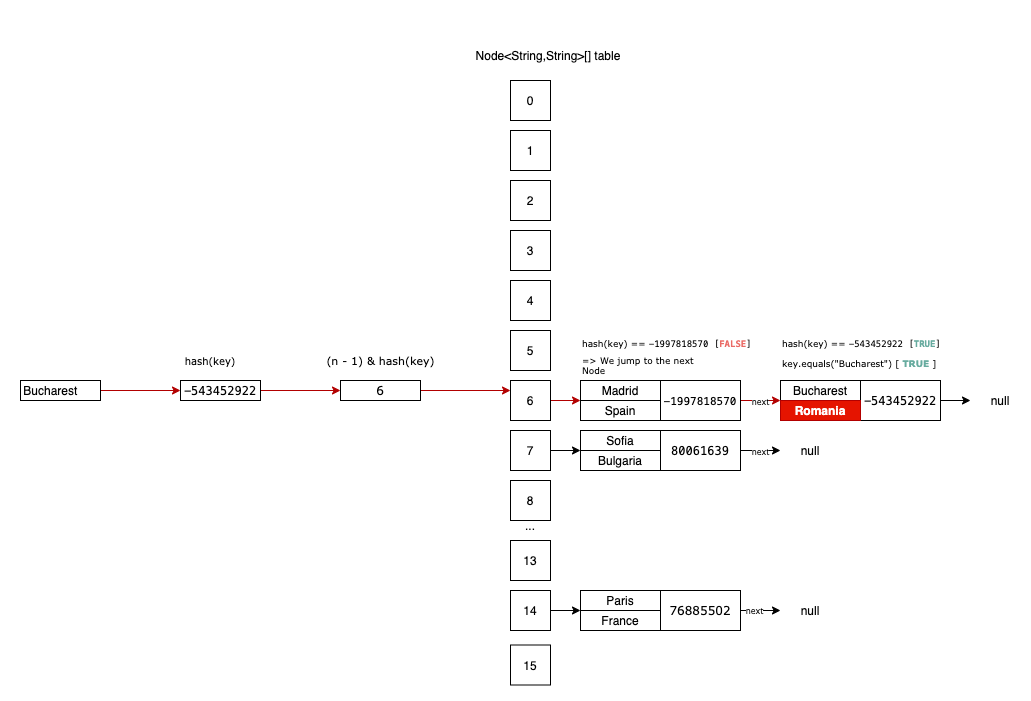
The draw.io diagram assets/images/2021-11-08-a-tale-of-java-hash-tables/read-hashmap.drawio.png in nomemory/andreinc-site, before a commit. Source tidied: cells renumbered, new cells last; positions are measured from the earlier drawing's top-left corner, leaving out a move shared by most shapes.
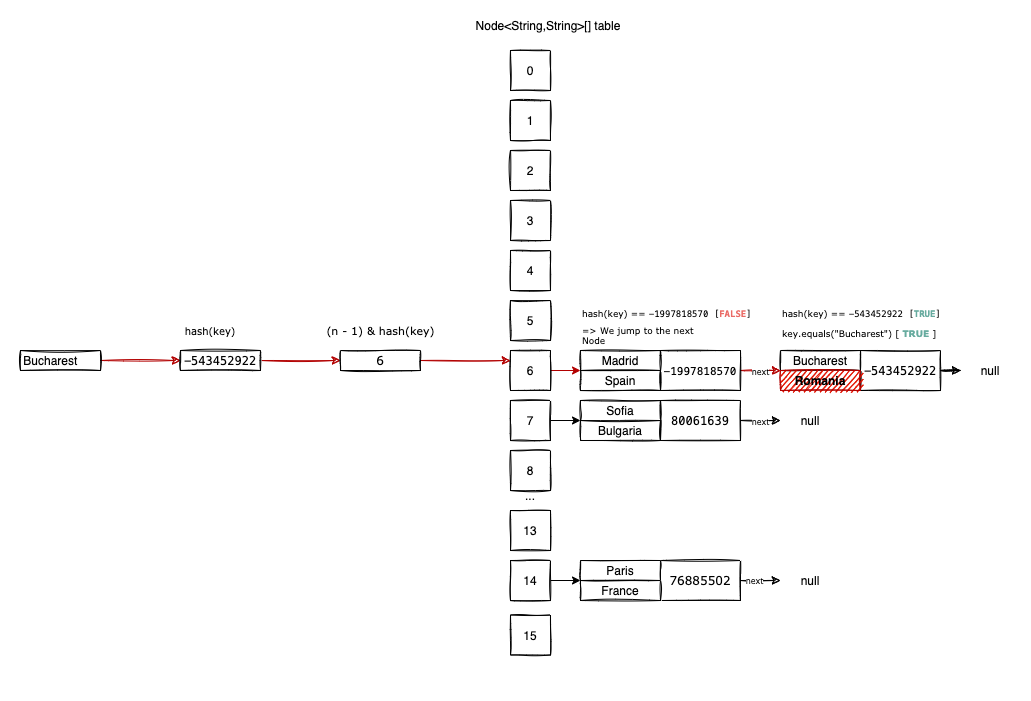
The same file after the commit.

Diff of the diagram source:
```diff
@@ -2,40 +2,40 @@
   <root>
     <mxCell id="0" />
     <mxCell id="1" parent="0" />
-    <mxCell id="2" style="rounded=0;whiteSpace=wrap;html=1;labelBackgroundColor=#FFFFFF;fontFamily=Verdana;fontSize=10;fontColor=#000000;align=left;strokeColor=none;" parent="1" vertex="1">
-      <mxGeometry width="1030" height="700" as="geometry" />
+    <mxCell id="2" style="rounded=0;whiteSpace=wrap;html=1;labelBackgroundColor=#FFFFFF;fontFamily=Verdana;fontSize=10;fontColor=#000000;align=left;strokeColor=none;fillColor=none;" parent="1" vertex="1">
+      <mxGeometry y="30" width="1030" height="700" as="geometry" />
     </mxCell>
-    <mxCell id="3" value="0" style="rounded=0;whiteSpace=wrap;html=1;" parent="1" vertex="1">
+    <mxCell id="3" value="0" style="rounded=0;whiteSpace=wrap;html=1;sketch=1;" parent="1" vertex="1">
       <mxGeometry x="510" y="80" width="40" height="40" as="geometry" />
     </mxCell>
-    <mxCell id="4" value="1" style="rounded=0;whiteSpace=wrap;html=1;" parent="1" vertex="1">
+    <mxCell id="4" value="1" style="rounded=0;whiteSpace=wrap;html=1;sketch=1;" parent="1" vertex="1">
       <mxGeometry x="510" y="130" width="40" height="40" as="geometry" />
     </mxCell>
-    <mxCell id="5" value="2" style="rounded=0;whiteSpace=wrap;html=1;" parent="1" vertex="1">
+    <mxCell id="5" value="2" style="rounded=0;whiteSpace=wrap;html=1;sketch=1;" parent="1" vertex="1">
       <mxGeometry x="510" y="180" width="40" height="40" as="geometry" />
     </mxCell>
-    <mxCell id="6" value="3" style="rounded=0;whiteSpace=wrap;html=1;" parent="1" vertex="1">
+    <mxCell id="6" value="3" style="rounded=0;whiteSpace=wrap;html=1;sketch=1;" parent="1" vertex="1">
       <mxGeometry x="510" y="230" width="40" height="40" as="geometry" />
     </mxCell>
-    <mxCell id="7" value="4" style="rounded=0;whiteSpace=wrap;html=1;" parent="1" vertex="1">
+    <mxCell id="7" value="4" style="rounded=0;whiteSpace=wrap;html=1;sketch=1;" parent="1" vertex="1">
       <mxGeometry x="510" y="280" width="40" height="40" as="geometry" />
     </mxCell>
-    <mxCell id="8" value="5" style="rounded=0;whiteSpace=wrap;html=1;" parent="1" vertex="1">
+    <mxCell id="8" value="5" style="rounded=0;whiteSpace=wrap;html=1;sketch=1;" parent="1" vertex="1">
       <mxGeometry x="510" y="330" width="40" height="40" as="geometry" />
     </mxCell>
-    <mxCell id="9" value="13" style="rounded=0;whiteSpace=wrap;html=1;" parent="1" vertex="1">
+    <mxCell id="9" value="13" style="rounded=0;whiteSpace=wrap;html=1;sketch=1;" parent="1" vertex="1">
       <mxGeometry x="510" y="540" width="40" height="40" as="geometry" />
     </mxCell>
     <mxCell id="10" style="edgeStyle=orthogonalEdgeStyle;rounded=0;jettySize=auto;html=1;exitX=1;exitY=0.5;exitDx=0;exitDy=0;entryX=0;entryY=0;entryDx=0;entryDy=0;fontFamily=Verdana;fontSize=10;fontColor=#000000;" parent="1" edge="1" source="11" target="24">
       <mxGeometry relative="1" as="geometry" />
     </mxCell>
-    <mxCell id="11" value="14" style="rounded=0;whiteSpace=wrap;html=1;" parent="1" vertex="1">
+    <mxCell id="11" value="14" style="rounded=0;whiteSpace=wrap;html=1;sketch=1;" parent="1" vertex="1">
       <mxGeometry x="510" y="590" width="40" height="40" as="geometry" />
     </mxCell>
-    <mxCell id="12" value="15" style="rounded=0;whiteSpace=wrap;html=1;" parent="1" vertex="1">
+    <mxCell id="12" value="15" style="rounded=0;whiteSpace=wrap;html=1;sketch=1;" parent="1" vertex="1">
       <mxGeometry x="510" y="644.5" width="40" height="40" as="geometry" />
     </mxCell>
-    <mxCell id="13" value="..." style="text;html=1;strokeColor=none;fillColor=none;align=center;verticalAlign=middle;whiteSpace=wrap;rounded=0;" parent="1" vertex="1">
+    <mxCell id="13" value="..." style="text;html=1;strokeColor=none;fillColor=none;align=center;verticalAlign=middle;whiteSpace=wrap;rounded=0;sketch=1;" parent="1" vertex="1">
       <mxGeometry x="500" y="510" width="60" height="30" as="geometry" />
     </mxCell>
     <mxCell id="14" value="Node&amp;lt;String,String&amp;gt;[] table" style="text;html=1;strokeColor=none;fillColor=none;align=center;verticalAlign=middle;whiteSpace=wrap;rounded=0;" parent="1" vertex="1">
@@ -44,93 +44,93 @@
     <mxCell id="15" style="edgeStyle=orthogonalEdgeStyle;rounded=0;jettySize=auto;html=1;exitX=1;exitY=0.5;exitDx=0;exitDy=0;entryX=0;entryY=0;entryDx=0;entryDy=0;fontFamily=Verdana;fontSize=11;fontColor=#000000;fillColor=#e51400;strokeColor=#B20000;" parent="1" edge="1" source="16" target="33">
       <mxGeometry relative="1" as="geometry" />
     </mxCell>
-    <mxCell id="16" value="6" style="rounded=0;whiteSpace=wrap;html=1;" parent="1" vertex="1">
+    <mxCell id="16" value="6" style="rounded=0;whiteSpace=wrap;html=1;sketch=1;" parent="1" vertex="1">
       <mxGeometry x="510" y="380" width="40" height="40" as="geometry" />
     </mxCell>
     <mxCell id="17" style="edgeStyle=orthogonalEdgeStyle;rounded=0;jettySize=auto;html=1;exitX=1;exitY=0.5;exitDx=0;exitDy=0;entryX=0;entryY=0;entryDx=0;entryDy=0;fontFamily=Verdana;fontSize=10;fontColor=#000000;" parent="1" edge="1" source="18" target="29">
       <mxGeometry relative="1" as="geometry" />
     </mxCell>
-    <mxCell id="18" value="7" style="rounded=0;whiteSpace=wrap;html=1;" parent="1" vertex="1">
+    <mxCell id="18" value="7" style="rounded=0;whiteSpace=wrap;html=1;sketch=1;" parent="1" vertex="1">
       <mxGeometry x="510" y="430" width="40" height="40" as="geometry" />
     </mxCell>
-    <mxCell id="19" value="8" style="rounded=0;whiteSpace=wrap;html=1;" parent="1" vertex="1">
+    <mxCell id="19" value="8" style="rounded=0;whiteSpace=wrap;html=1;sketch=1;" parent="1" vertex="1">
       <mxGeometry x="510" y="480" width="40" height="40" as="geometry" />
     </mxCell>
-    <mxCell id="20" style="edgeStyle=orthogonalEdgeStyle;rounded=0;jettySize=auto;html=1;exitX=1;exitY=0.5;exitDx=0;exitDy=0;fontFamily=Verdana;fontSize=10;fontColor=#000000;" parent="1" edge="1" source="22" target="45">
+    <mxCell id="20" style="edgeStyle=orthogonalEdgeStyle;rounded=0;jettySize=auto;html=1;exitX=1;exitY=0.5;exitDx=0;exitDy=0;fontFamily=Verdana;fontSize=10;fontColor=#000000;sketch=1;" parent="1" edge="1" source="22" target="45">
       <mxGeometry relative="1" as="geometry" />
     </mxCell>
     <mxCell id="21" value="next" style="edgeLabel;html=1;align=center;verticalAlign=middle;fontSize=8;fontFamily=Verdana;fontColor=#000000;" parent="20" vertex="1">
       <mxGeometry x="-0.35" relative="1" as="geometry" />
     </mxCell>
-    <mxCell id="22" value="&lt;span style=&quot;font-family: &amp;#34;verdana&amp;#34; ; background-color: rgb(255 , 255 , 255)&quot;&gt;76885502&lt;/span&gt;" style="rounded=0;whiteSpace=wrap;html=1;" parent="1" vertex="1">
+    <mxCell id="22" value="&lt;span style=&quot;font-family: &amp;#34;verdana&amp;#34; ; background-color: rgb(255 , 255 , 255)&quot;&gt;76885502&lt;/span&gt;" style="rounded=0;whiteSpace=wrap;html=1;sketch=1;" parent="1" vertex="1">
       <mxGeometry x="660" y="590" width="80" height="40" as="geometry" />
     </mxCell>
-    <mxCell id="23" value="Paris" style="rounded=0;whiteSpace=wrap;html=1;" parent="1" vertex="1">
+    <mxCell id="23" value="Paris" style="rounded=0;whiteSpace=wrap;html=1;sketch=1;" parent="1" vertex="1">
       <mxGeometry x="580" y="590" width="80" height="20" as="geometry" />
     </mxCell>
-    <mxCell id="24" value="France" style="rounded=0;whiteSpace=wrap;html=1;" parent="1" vertex="1">
+    <mxCell id="24" value="France" style="rounded=0;whiteSpace=wrap;html=1;sketch=1;" parent="1" vertex="1">
       <mxGeometry x="580" y="610" width="80" height="20" as="geometry" />
     </mxCell>
-    <mxCell id="25" value="&lt;font style=&quot;font-size: 8px&quot;&gt;next&lt;/font&gt;" style="edgeStyle=orthogonalEdgeStyle;rounded=0;jettySize=auto;html=1;exitX=1;exitY=0.5;exitDx=0;exitDy=0;fontFamily=Verdana;fontColor=#000000;" parent="1" edge="1" source="26" target="27">
+    <mxCell id="25" value="&lt;font style=&quot;font-size: 8px&quot;&gt;next&lt;/font&gt;" style="edgeStyle=orthogonalEdgeStyle;rounded=0;jettySize=auto;html=1;exitX=1;exitY=0.5;exitDx=0;exitDy=0;fontFamily=Verdana;fontColor=#000000;sketch=1;" parent="1" edge="1" source="26" target="27">
       <mxGeometry relative="1" as="geometry" />
     </mxCell>
-    <mxCell id="26" value="&lt;span style=&quot;font-family: &amp;#34;menlo&amp;#34; , &amp;#34;monaco&amp;#34; , &amp;#34;courier new&amp;#34; , monospace ; background-color: rgb(255 , 255 , 255)&quot;&gt;80061639&lt;/span&gt;" style="rounded=0;whiteSpace=wrap;html=1;" parent="1" vertex="1">
+    <mxCell id="26" value="&lt;span style=&quot;font-family: &amp;#34;menlo&amp;#34; , &amp;#34;monaco&amp;#34; , &amp;#34;courier new&amp;#34; , monospace ; background-color: rgb(255 , 255 , 255)&quot;&gt;80061639&lt;/span&gt;" style="rounded=0;whiteSpace=wrap;html=1;sketch=1;" parent="1" vertex="1">
       <mxGeometry x="660" y="430" width="80" height="40" as="geometry" />
     </mxCell>
     <mxCell id="27" value="null" style="text;html=1;strokeColor=none;fillColor=none;align=center;verticalAlign=middle;whiteSpace=wrap;rounded=0;" parent="1" vertex="1">
       <mxGeometry x="780" y="435" width="60" height="30" as="geometry" />
     </mxCell>
-    <mxCell id="28" value="Sofia" style="rounded=0;whiteSpace=wrap;html=1;" parent="1" vertex="1">
+    <mxCell id="28" value="Sofia" style="rounded=0;whiteSpace=wrap;html=1;sketch=1;" parent="1" vertex="1">
       <mxGeometry x="580" y="430" width="80" height="20" as="geometry" />
     </mxCell>
-    <mxCell id="29" value="Bulgaria" style="rounded=0;whiteSpace=wrap;html=1;" parent="1" vertex="1">
+    <mxCell id="29" value="Bulgaria" style="rounded=0;whiteSpace=wrap;html=1;sketch=1;" parent="1" vertex="1">
       <mxGeometry x="580" y="450" width="80" height="20" as="geometry" />
     </mxCell>
-    <mxCell id="30" value="&lt;font style=&quot;font-size: 8px&quot;&gt;next&lt;/font&gt;" style="edgeStyle=orthogonalEdgeStyle;rounded=0;jettySize=auto;html=1;exitX=1;exitY=0.5;exitDx=0;exitDy=0;fontFamily=Verdana;fontSize=11;fontColor=#000000;fillColor=#e51400;strokeColor=#B20000;" parent="1" edge="1" source="31">
+    <mxCell id="30" value="&lt;font style=&quot;font-size: 8px&quot;&gt;next&lt;/font&gt;" style="edgeStyle=orthogonalEdgeStyle;rounded=0;jettySize=auto;html=1;exitX=1;exitY=0.5;exitDx=0;exitDy=0;fontFamily=Verdana;fontSize=11;fontColor=#000000;fillColor=#e51400;strokeColor=#B20000;sketch=1;" parent="1" edge="1" source="31">
       <mxGeometry relative="1" as="geometry">
         <mxPoint x="780" y="400" as="targetPoint" />
       </mxGeometry>
     </mxCell>
-    <mxCell id="31" value="&lt;span style=&quot;font-family: &amp;#34;menlo&amp;#34; , &amp;#34;monaco&amp;#34; , &amp;#34;courier new&amp;#34; , monospace ; font-size: 11px ; background-color: rgb(255 , 255 , 255)&quot;&gt;-1997818570&lt;/span&gt;" style="rounded=0;whiteSpace=wrap;html=1;fillColor=none;" parent="1" vertex="1">
+    <mxCell id="31" value="&lt;span style=&quot;font-family: &amp;#34;menlo&amp;#34; , &amp;#34;monaco&amp;#34; , &amp;#34;courier new&amp;#34; , monospace ; font-size: 11px ; background-color: rgb(255 , 255 , 255)&quot;&gt;-1997818570&lt;/span&gt;" style="rounded=0;whiteSpace=wrap;html=1;fillColor=none;sketch=1;" parent="1" vertex="1">
       <mxGeometry x="660" y="380" width="80" height="40" as="geometry" />
     </mxCell>
-    <mxCell id="32" value="Madrid" style="rounded=0;whiteSpace=wrap;html=1;" parent="1" vertex="1">
+    <mxCell id="32" value="Madrid" style="rounded=0;whiteSpace=wrap;html=1;sketch=1;" parent="1" vertex="1">
       <mxGeometry x="580" y="380" width="80" height="20" as="geometry" />
     </mxCell>
-    <mxCell id="33" value="Spain" style="rounded=0;whiteSpace=wrap;html=1;" parent="1" vertex="1">
+    <mxCell id="33" value="Spain" style="rounded=0;whiteSpace=wrap;html=1;sketch=1;" parent="1" vertex="1">
       <mxGeometry x="580" y="400" width="80" height="20" as="geometry" />
     </mxCell>
-    <mxCell id="34" style="edgeStyle=orthogonalEdgeStyle;rounded=0;jettySize=auto;html=1;exitX=1;exitY=0.5;exitDx=0;exitDy=0;fontFamily=Verdana;fontSize=10;fontColor=#000000;" parent="1" edge="1" source="35" target="38">
+    <mxCell id="34" style="edgeStyle=orthogonalEdgeStyle;rounded=0;jettySize=auto;html=1;exitX=1;exitY=0.5;exitDx=0;exitDy=0;fontFamily=Verdana;fontSize=10;fontColor=#000000;sketch=1;" parent="1" edge="1" source="35" target="38">
       <mxGeometry relative="1" as="geometry" />
     </mxCell>
-    <mxCell id="35" value="&lt;div style=&quot;font-family: &amp;#34;menlo&amp;#34; , &amp;#34;monaco&amp;#34; , &amp;#34;courier new&amp;#34; , monospace ; line-height: 18px&quot;&gt;&lt;span style=&quot;background-color: rgb(255 , 255 , 255)&quot;&gt;-543452922&lt;/span&gt;&lt;/div&gt;" style="rounded=0;whiteSpace=wrap;html=1;" parent="1" vertex="1">
+    <mxCell id="35" value="&lt;div style=&quot;font-family: &amp;#34;menlo&amp;#34; , &amp;#34;monaco&amp;#34; , &amp;#34;courier new&amp;#34; , monospace ; line-height: 18px&quot;&gt;&lt;span style=&quot;background-color: rgb(255 , 255 , 255)&quot;&gt;-543452922&lt;/span&gt;&lt;/div&gt;" style="rounded=0;whiteSpace=wrap;html=1;sketch=1;" parent="1" vertex="1">
       <mxGeometry x="860" y="380" width="80" height="40" as="geometry" />
     </mxCell>
-    <mxCell id="36" value="Bucharest" style="rounded=0;whiteSpace=wrap;html=1;" parent="1" vertex="1">
+    <mxCell id="36" value="Bucharest" style="rounded=0;whiteSpace=wrap;html=1;sketch=1;" parent="1" vertex="1">
       <mxGeometry x="780" y="380" width="80" height="20" as="geometry" />
     </mxCell>
-    <mxCell id="37" value="Romania" style="rounded=0;whiteSpace=wrap;html=1;fillColor=#e51400;fontColor=#ffffff;strokeColor=#B20000;fontStyle=1;" parent="1" vertex="1">
+    <mxCell id="37" value="&lt;font color=&quot;#000000&quot;&gt;Romania&lt;/font&gt;" style="rounded=0;whiteSpace=wrap;html=1;fillColor=#e51400;fontColor=#ffffff;strokeColor=#B20000;fontStyle=1;sketch=1;" parent="1" vertex="1">
       <mxGeometry x="780" y="400" width="80" height="20" as="geometry" />
     </mxCell>
     <mxCell id="38" value="null" style="text;html=1;strokeColor=none;fillColor=none;align=center;verticalAlign=middle;whiteSpace=wrap;rounded=0;" parent="1" vertex="1">
-      <mxGeometry x="970" y="385" width="60" height="30" as="geometry" />
+      <mxGeometry x="960" y="385" width="60" height="30" as="geometry" />
     </mxCell>
-    <mxCell id="39" style="edgeStyle=orthogonalEdgeStyle;rounded=0;jettySize=auto;html=1;exitX=1;exitY=0.5;exitDx=0;exitDy=0;fontFamily=Verdana;fontColor=#000000;fillColor=#e51400;strokeColor=#B20000;" parent="1" edge="1" source="40" target="42">
+    <mxCell id="39" style="edgeStyle=orthogonalEdgeStyle;rounded=0;jettySize=auto;html=1;exitX=1;exitY=0.5;exitDx=0;exitDy=0;fontFamily=Verdana;fontColor=#000000;fillColor=#e51400;strokeColor=#B20000;sketch=1;" parent="1" edge="1" source="40" target="42">
       <mxGeometry relative="1" as="geometry" />
     </mxCell>
-    <mxCell id="40" value="&amp;nbsp;Bucharest&lt;span style=&quot;white-space: pre&quot;&gt;&#9;&lt;/span&gt;" style="rounded=0;whiteSpace=wrap;html=1;fillColor=none;" parent="1" vertex="1">
+    <mxCell id="40" value="&amp;nbsp;Bucharest&lt;span style=&quot;white-space: pre&quot;&gt;&#9;&lt;/span&gt;" style="rounded=0;whiteSpace=wrap;html=1;fillColor=none;sketch=1;" parent="1" vertex="1">
       <mxGeometry x="20" y="380" width="80" height="20" as="geometry" />
     </mxCell>
-    <mxCell id="41" style="edgeStyle=orthogonalEdgeStyle;rounded=0;jettySize=auto;html=1;exitX=1;exitY=0.5;exitDx=0;exitDy=0;entryX=0;entryY=0.5;entryDx=0;entryDy=0;fontFamily=Verdana;fontColor=#000000;fillColor=#e51400;strokeColor=#B20000;" parent="1" edge="1" source="42" target="44">
+    <mxCell id="41" style="edgeStyle=orthogonalEdgeStyle;rounded=0;jettySize=auto;html=1;exitX=1;exitY=0.5;exitDx=0;exitDy=0;entryX=0;entryY=0.5;entryDx=0;entryDy=0;fontFamily=Verdana;fontColor=#000000;fillColor=#e51400;strokeColor=#B20000;sketch=1;" parent="1" edge="1" source="42" target="44">
       <mxGeometry relative="1" as="geometry" />
     </mxCell>
-    <mxCell id="42" value="&lt;div style=&quot;line-height: 18px&quot;&gt;&lt;div style=&quot;font-family: &amp;#34;menlo&amp;#34; , &amp;#34;monaco&amp;#34; , &amp;#34;courier new&amp;#34; , monospace ; line-height: 18px&quot;&gt;&lt;span style=&quot;background-color: rgb(255 , 255 , 255)&quot;&gt;-543452922&lt;/span&gt;&lt;br&gt;&lt;/div&gt;&lt;/div&gt;" style="rounded=0;whiteSpace=wrap;html=1;" parent="1" vertex="1">
+    <mxCell id="42" value="&lt;div style=&quot;line-height: 18px&quot;&gt;&lt;div style=&quot;font-family: &amp;#34;menlo&amp;#34; , &amp;#34;monaco&amp;#34; , &amp;#34;courier new&amp;#34; , monospace ; line-height: 18px&quot;&gt;&lt;span style=&quot;background-color: rgb(255 , 255 , 255)&quot;&gt;-543452922&lt;/span&gt;&lt;br&gt;&lt;/div&gt;&lt;/div&gt;" style="rounded=0;whiteSpace=wrap;html=1;sketch=1;" parent="1" vertex="1">
       <mxGeometry x="180" y="380" width="80" height="20" as="geometry" />
     </mxCell>
-    <mxCell id="43" style="edgeStyle=orthogonalEdgeStyle;rounded=0;jettySize=auto;html=1;exitX=1;exitY=0.5;exitDx=0;exitDy=0;entryX=0;entryY=0.25;entryDx=0;entryDy=0;fontFamily=Verdana;fontSize=10;fontColor=#000000;fillColor=#e51400;strokeColor=#B20000;" parent="1" edge="1" source="44" target="16">
+    <mxCell id="43" style="edgeStyle=orthogonalEdgeStyle;rounded=0;jettySize=auto;html=1;exitX=1;exitY=0.5;exitDx=0;exitDy=0;entryX=0;entryY=0.25;entryDx=0;entryDy=0;fontFamily=Verdana;fontSize=10;fontColor=#000000;fillColor=#e51400;strokeColor=#B20000;sketch=1;" parent="1" edge="1" source="44" target="16">
       <mxGeometry relative="1" as="geometry" />
     </mxCell>
-    <mxCell id="44" value="&lt;div style=&quot;line-height: 18px&quot;&gt;&lt;font face=&quot;Verdana&quot; style=&quot;background-color: rgb(255 , 255 , 255)&quot;&gt;6&lt;/font&gt;&lt;/div&gt;" style="rounded=0;whiteSpace=wrap;html=1;" parent="1" vertex="1">
+    <mxCell id="44" value="&lt;div style=&quot;line-height: 18px&quot;&gt;&lt;font face=&quot;Verdana&quot; style=&quot;background-color: rgb(255 , 255 , 255)&quot;&gt;6&lt;/font&gt;&lt;/div&gt;" style="rounded=0;whiteSpace=wrap;html=1;sketch=1;" parent="1" vertex="1">
       <mxGeometry x="340" y="380" width="80" height="20" as="geometry" />
     </mxCell>
     <mxCell id="45" value="null" style="text;html=1;strokeColor=none;fillColor=none;align=center;verticalAlign=middle;whiteSpace=wrap;rounded=0;" parent="1" vertex="1">
```
